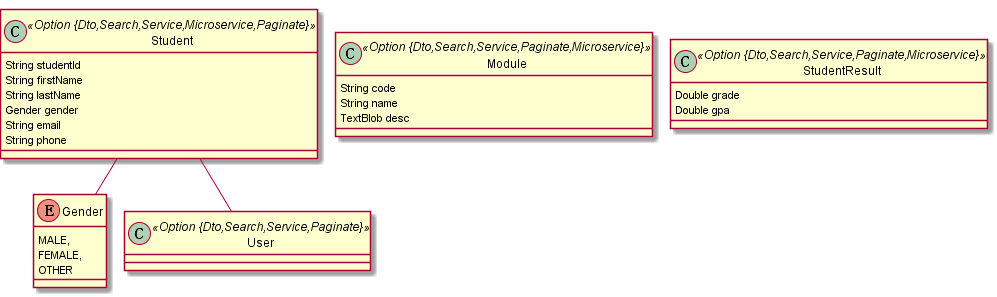
Before: project.png, a diagram exported from PlantUML (skarlet-witcher/student-record-system).
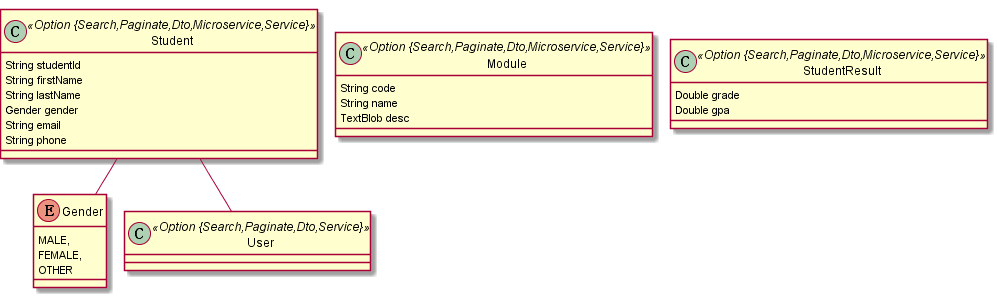
Later version of the same file.

Diff of the diagram source:
```diff
@@ -1,7 +1,7 @@
 @startuml
 	!pragma graphviz_dot jdot
 	!pragma syntax class
-	class Student <<Option {Dto,Search,Service,Microservice,Paginate}>> {
+	class Student <<Option {Search,Paginate,Dto,Microservice,Service}>> {
 		String studentId
 		String firstName
 		String lastName
@@ -15,16 +15,16 @@
 		FEMALE,
 		OTHER
 	}
-	class Module <<Option {Dto,Search,Service,Paginate,Microservice}>> {
+	class Module <<Option {Search,Paginate,Dto,Microservice,Service}>> {
 		String code
 		String name
 		TextBlob desc
 	}
-	class StudentResult <<Option {Dto,Search,Service,Paginate,Microservice}>> {
+	class StudentResult <<Option {Search,Paginate,Dto,Microservice,Service}>> {
 		Double grade
 		Double gpa
 	}
 	Student  "username(login) 0..1 " -- "0..1 "  User
-	class User <<Option {Dto,Search,Service,Paginate}>> {
+	class User <<Option {Search,Paginate,Dto,Service}>> {
 	}
 @enduml
```
